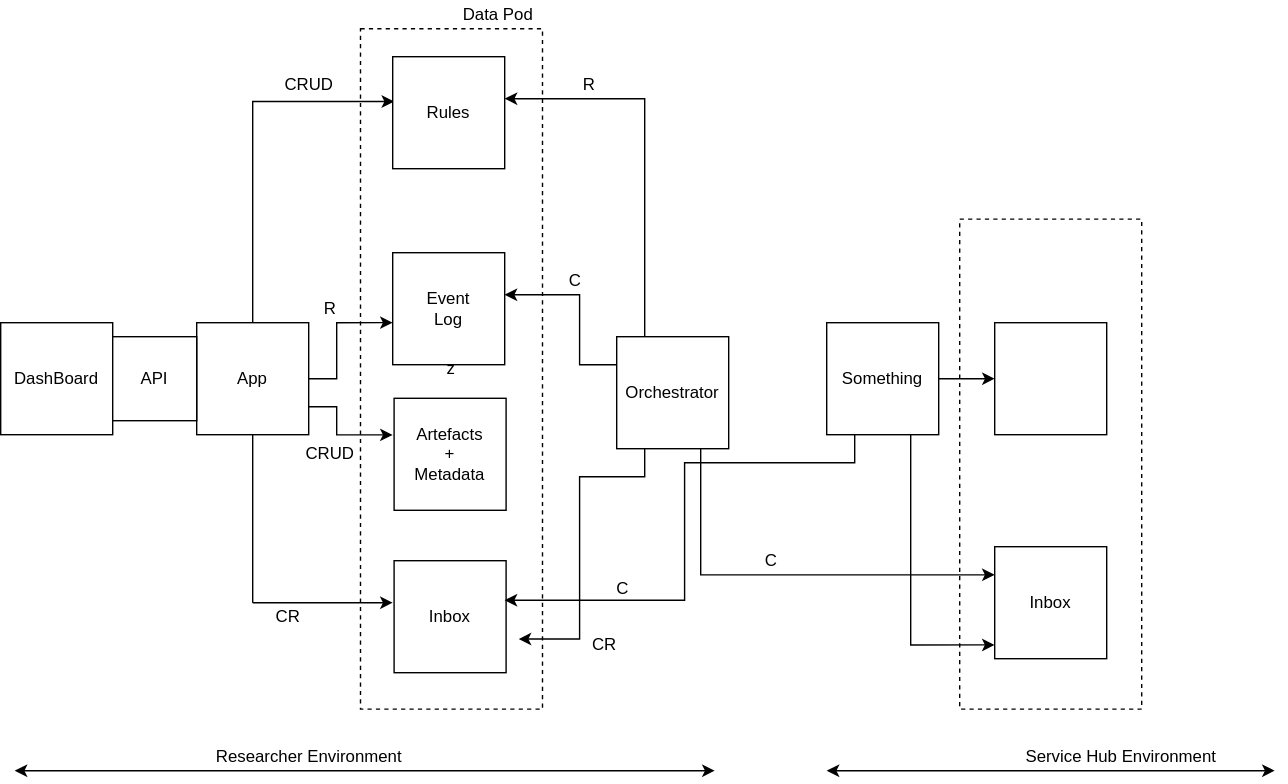
Above: images/mellon-crud.svg in CRISalid-esr/spec-usecases (draw.io), before the change. Source tidied: cells renumbered, new cells last; positions are measured from the earlier drawing's top-left corner, leaving out a move shared by most shapes.
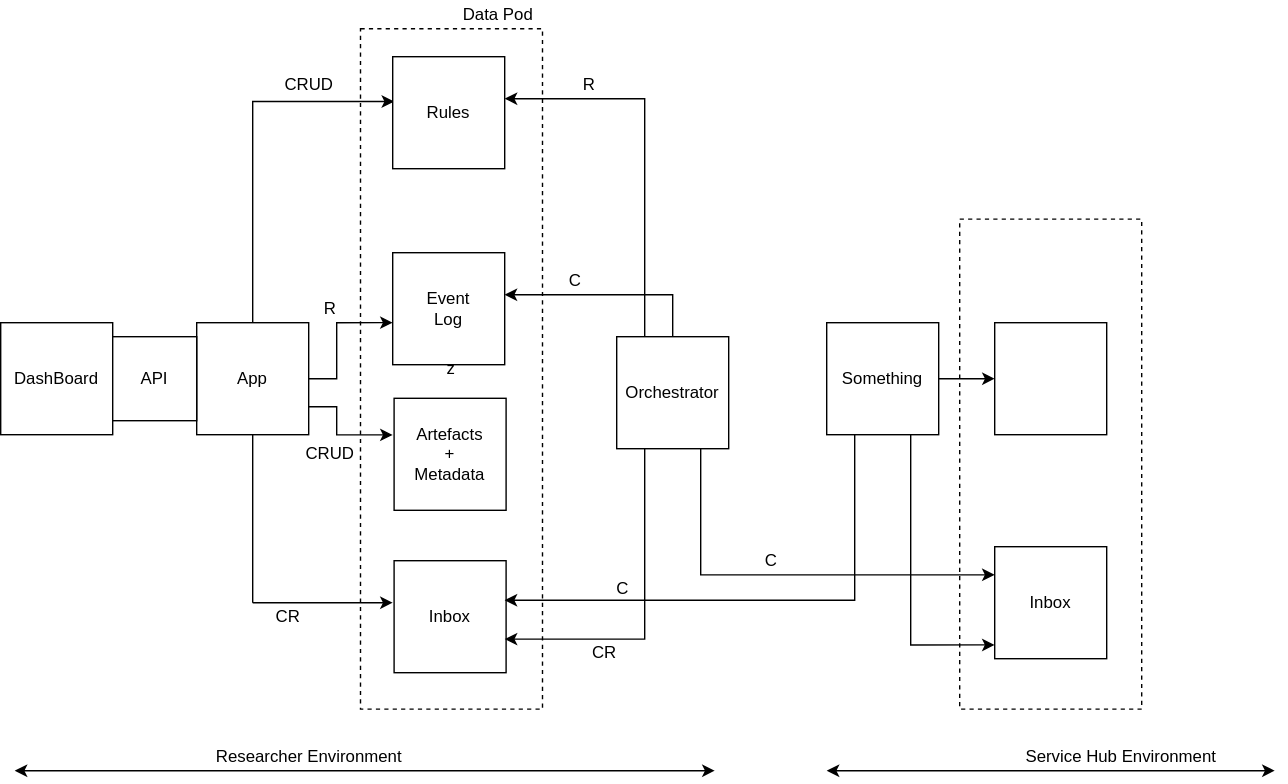
After the commit.

Commit message:
Updating CRUD graphs, swimlanes and insights to Offer

Diff of the diagram source:
```diff
@@ -32,11 +32,16 @@
     <mxCell id="11" value="Inbox" style="whiteSpace=wrap;html=1;" parent="1" vertex="1">
       <mxGeometry x="281" y="400" width="80" height="80" as="geometry" />
     </mxCell>
-    <mxCell id="12" style="edgeStyle=orthogonalEdgeStyle;rounded=0;jettySize=auto;html=1;exitX=0;exitY=0.25;exitDx=0;exitDy=0;entryX=0.792;entryY=0.391;entryDx=0;entryDy=0;entryPerimeter=0;" parent="1" edge="1" source="16" target="22">
+    <mxCell id="12" style="edgeStyle=orthogonalEdgeStyle;rounded=0;jettySize=auto;html=1;exitX=0.5;exitY=0;exitDx=0;exitDy=0;entryX=0.792;entryY=0.391;entryDx=0;entryDy=0;entryPerimeter=0;" parent="1" edge="1" source="16" target="22">
       <mxGeometry relative="1" as="geometry" />
     </mxCell>
-    <mxCell id="13" style="edgeStyle=orthogonalEdgeStyle;rounded=0;jettySize=auto;html=1;exitX=0.25;exitY=1;exitDx=0;exitDy=0;entryX=0.869;entryY=0.897;entryDx=0;entryDy=0;entryPerimeter=0;" parent="1" edge="1" source="16" target="22">
-      <mxGeometry relative="1" as="geometry" />
+    <mxCell id="13" style="edgeStyle=orthogonalEdgeStyle;rounded=0;jettySize=auto;html=1;exitX=0.25;exitY=1;exitDx=0;exitDy=0;" parent="1" edge="1" source="16">
+      <mxGeometry relative="1" as="geometry">
+        <mxPoint x="360" y="456" as="targetPoint" />
+        <Array as="points">
+          <mxPoint x="460" y="456" />
+        </Array>
+      </mxGeometry>
     </mxCell>
     <mxCell id="14" style="edgeStyle=orthogonalEdgeStyle;rounded=0;jettySize=auto;html=1;exitX=0.75;exitY=1;exitDx=0;exitDy=0;entryX=0.192;entryY=0.726;entryDx=0;entryDy=0;entryPerimeter=0;" parent="1" edge="1" source="16" target="31">
       <mxGeometry relative="1" as="geometry" />
@@ -48,7 +53,11 @@
       <mxGeometry x="440" y="240" width="80" height="80" as="geometry" />
     </mxCell>
     <mxCell id="17" style="edgeStyle=orthogonalEdgeStyle;rounded=0;jettySize=auto;html=1;exitX=0.25;exitY=1;exitDx=0;exitDy=0;entryX=0.792;entryY=0.84;entryDx=0;entryDy=0;entryPerimeter=0;" parent="1" edge="1" source="20" target="22">
-      <mxGeometry relative="1" as="geometry" />
+      <mxGeometry relative="1" as="geometry">
+        <Array as="points">
+          <mxPoint x="610" y="428" />
+        </Array>
+      </mxGeometry>
     </mxCell>
     <mxCell id="18" style="edgeStyle=orthogonalEdgeStyle;rounded=0;jettySize=auto;html=1;exitX=0.75;exitY=1;exitDx=0;exitDy=0;entryX=0.192;entryY=0.869;entryDx=0;entryDy=0;entryPerimeter=0;" parent="1" edge="1" source="20" target="31">
       <mxGeometry relative="1" as="geometry" />
@@ -81,7 +90,7 @@
       <mxGeometry x="400" y="190" width="20" height="20" as="geometry" />
     </mxCell>
     <mxCell id="28" value="CR" style="text;html=1;align=center;verticalAlign=middle;strokeColor=none;" parent="1" vertex="1">
-      <mxGeometry x="416" y="450" width="30" height="20" as="geometry" />
+      <mxGeometry x="416" y="456" width="30" height="20" as="geometry" />
     </mxCell>
     <mxCell id="29" value="Data Pod" style="text;html=1;align=center;verticalAlign=middle;strokeColor=none;" parent="1" vertex="1">
       <mxGeometry x="320" width="70" height="20" as="geometry" />
```
